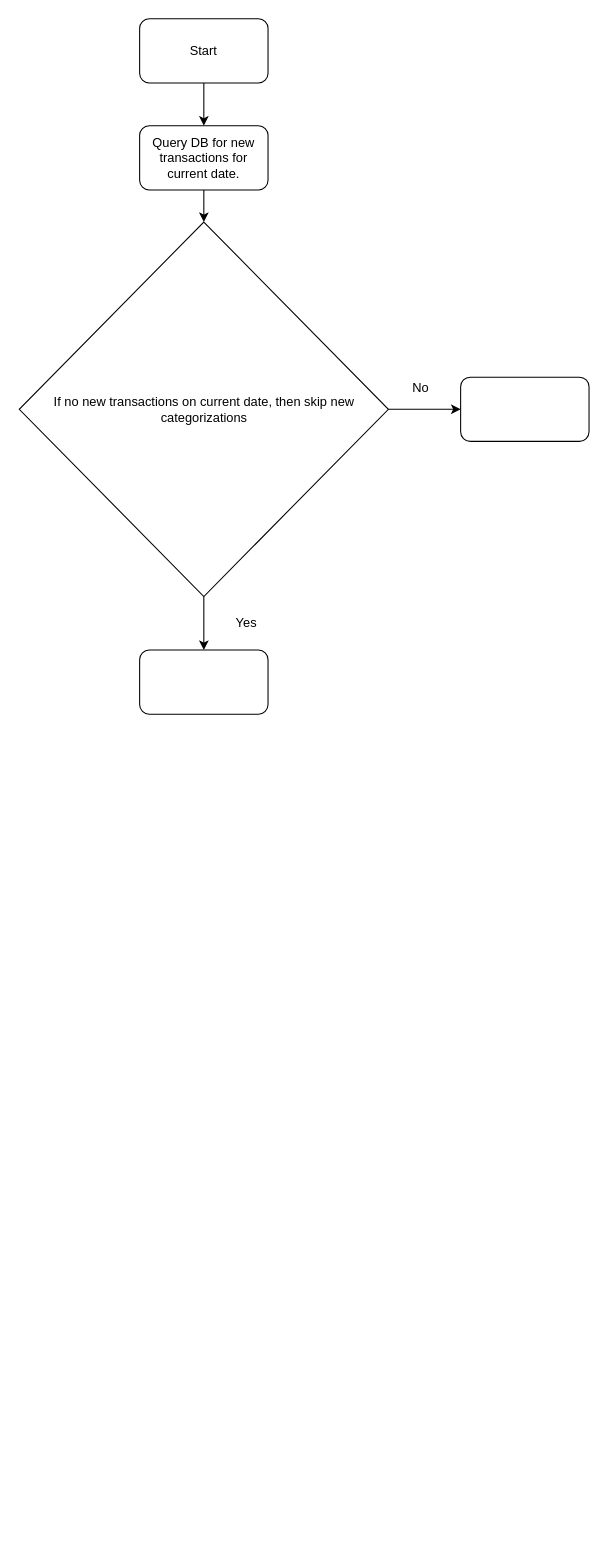
This is src/Auto-CategorizationChart.drawio from AKing982/BudgetBuddy, a draw.io file, before an edit. Source tidied: cells renumbered, new cells numbered last; positions are measured from the earlier drawing's top-left corner, leaving out a move shared by most shapes. Both pictures are drawn from the tidied source at 107%, with x=0, y=0 at pixel (19, 18).
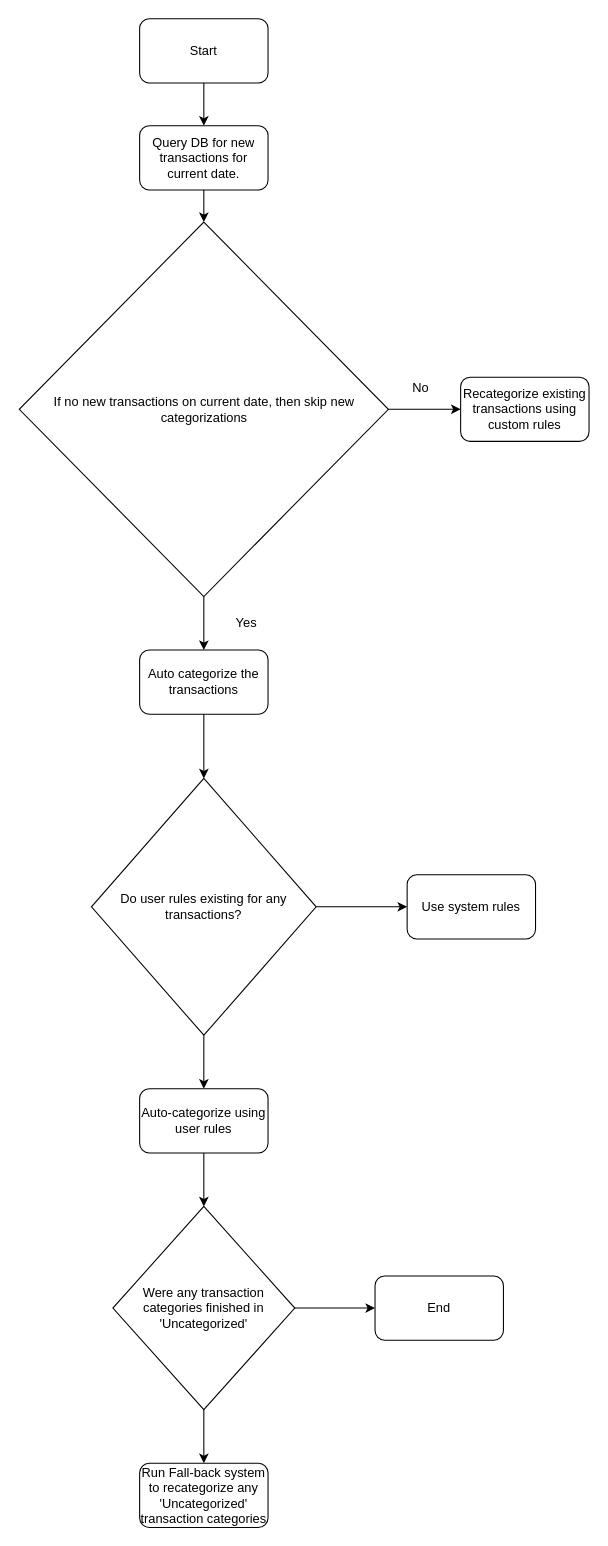
Above is the later version.

The edit, as a diff of the source:
```diff
@@
-    <mxCell id="9" style="rounded=1;whiteSpace=wrap;html=1;" parent="1" vertex="1">
+    <mxCell id="9" value="Recategorize existing transactions using custom rules" style="rounded=1;whiteSpace=wrap;html=1;" parent="1" vertex="1">
       <mxGeometry x="412" y="335" width="120" height="60" as="geometry" />
     </mxCell>
-    <mxCell id="10" style="rounded=1;whiteSpace=wrap;html=1;" parent="1" vertex="1">
+    <mxCell id="10" value="Auto categorize the transactions" style="rounded=1;whiteSpace=wrap;html=1;" parent="1" vertex="1">
       <mxGeometry x="112" y="590" width="120" height="60" as="geometry" />
     </mxCell>
@@
+    <mxCell id="13" style="endArrow=classic;html=1;rounded=0;exitX=0.5;exitY=1;exitDx=0;exitDy=0;" parent="1" edge="1" source="10">
+      <mxGeometry relative="1" as="geometry">
+        <mxPoint x="172" y="710" as="targetPoint" />
+      </mxGeometry>
+    </mxCell>
+    <mxCell id="14" value="Do user rules existing for any transactions?" style="rhombus;whiteSpace=wrap;html=1;" parent="1" vertex="1">
+      <mxGeometry x="67" y="710" width="210" height="240" as="geometry" />
+    </mxCell>
+    <mxCell id="15" style="endArrow=classic;html=1;rounded=0;exitX=1;exitY=0.5;exitDx=0;exitDy=0;" parent="1" edge="1" source="14">
+      <mxGeometry relative="1" as="geometry">
+        <mxPoint x="362" y="830" as="targetPoint" />
+      </mxGeometry>
+    </mxCell>
+    <mxCell id="16" style="endArrow=classic;html=1;rounded=0;exitX=0.5;exitY=1;exitDx=0;exitDy=0;" parent="1" edge="1" source="14">
+      <mxGeometry relative="1" as="geometry">
+        <mxPoint x="172" y="1000" as="targetPoint" />
+      </mxGeometry>
+    </mxCell>
+    <mxCell id="17" value="Use system rules" style="rounded=1;whiteSpace=wrap;html=1;" parent="1" vertex="1">
+      <mxGeometry x="362" y="800" width="120" height="60" as="geometry" />
+    </mxCell>
+    <mxCell id="18" value="Auto-categorize using user rules" style="rounded=1;whiteSpace=wrap;html=1;" parent="1" vertex="1">
+      <mxGeometry x="112" y="1000" width="120" height="60" as="geometry" />
+    </mxCell>
+    <mxCell id="19" style="endArrow=classic;html=1;rounded=0;exitX=0.5;exitY=1;exitDx=0;exitDy=0;" parent="1" edge="1" source="18">
+      <mxGeometry relative="1" as="geometry">
+        <mxPoint x="172" y="1110" as="targetPoint" />
+      </mxGeometry>
+    </mxCell>
+    <mxCell id="20" value="Were any transaction categories finished in 'Uncategorized'" style="rhombus;whiteSpace=wrap;html=1;" parent="1" vertex="1">
+      <mxGeometry x="87" y="1110" width="170" height="190" as="geometry" />
+    </mxCell>
+    <mxCell id="21" style="endArrow=classic;html=1;rounded=0;exitX=1;exitY=0.5;exitDx=0;exitDy=0;" parent="1" edge="1" source="20">
+      <mxGeometry relative="1" as="geometry">
+        <mxPoint x="332" y="1205" as="targetPoint" />
+      </mxGeometry>
+    </mxCell>
+    <mxCell id="22" value="End" style="rounded=1;whiteSpace=wrap;html=1;" parent="1" vertex="1">
+      <mxGeometry x="332" y="1175" width="120" height="60" as="geometry" />
+    </mxCell>
+    <mxCell id="23" style="endArrow=classic;html=1;rounded=0;exitX=0.5;exitY=1;exitDx=0;exitDy=0;" parent="1" edge="1" source="20">
+      <mxGeometry relative="1" as="geometry">
+        <mxPoint x="172" y="1350" as="targetPoint" />
+      </mxGeometry>
+    </mxCell>
+    <mxCell id="24" value="Run Fall-back system to recategorize any 'Uncategorized' transaction categories" style="rounded=1;whiteSpace=wrap;html=1;" parent="1" vertex="1">
+      <mxGeometry x="112" y="1350" width="120" height="60" as="geometry" />
+    </mxCell>
```
